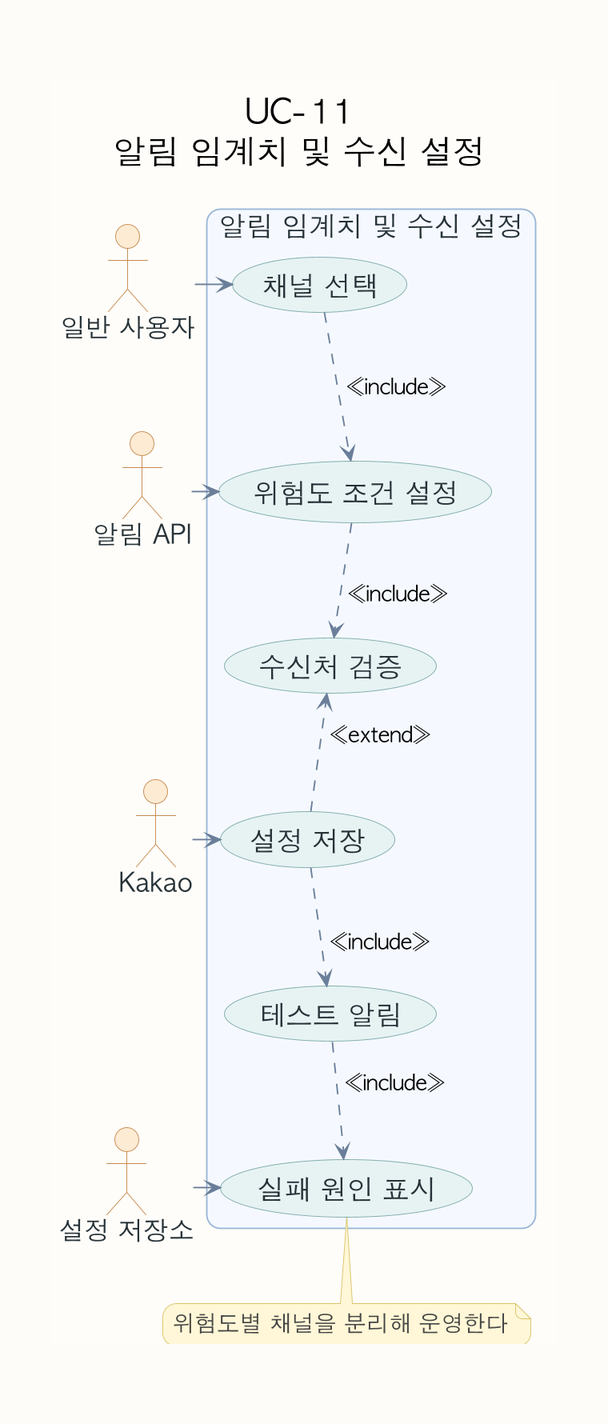
Above: assets/diagrams/usecase/uc-11-usecase.png in ricky30825-creator/BMS (PlantUML), before the change. Its source is kept beside it as assets/diagrams/usecase/uc-11-usecase.puml.
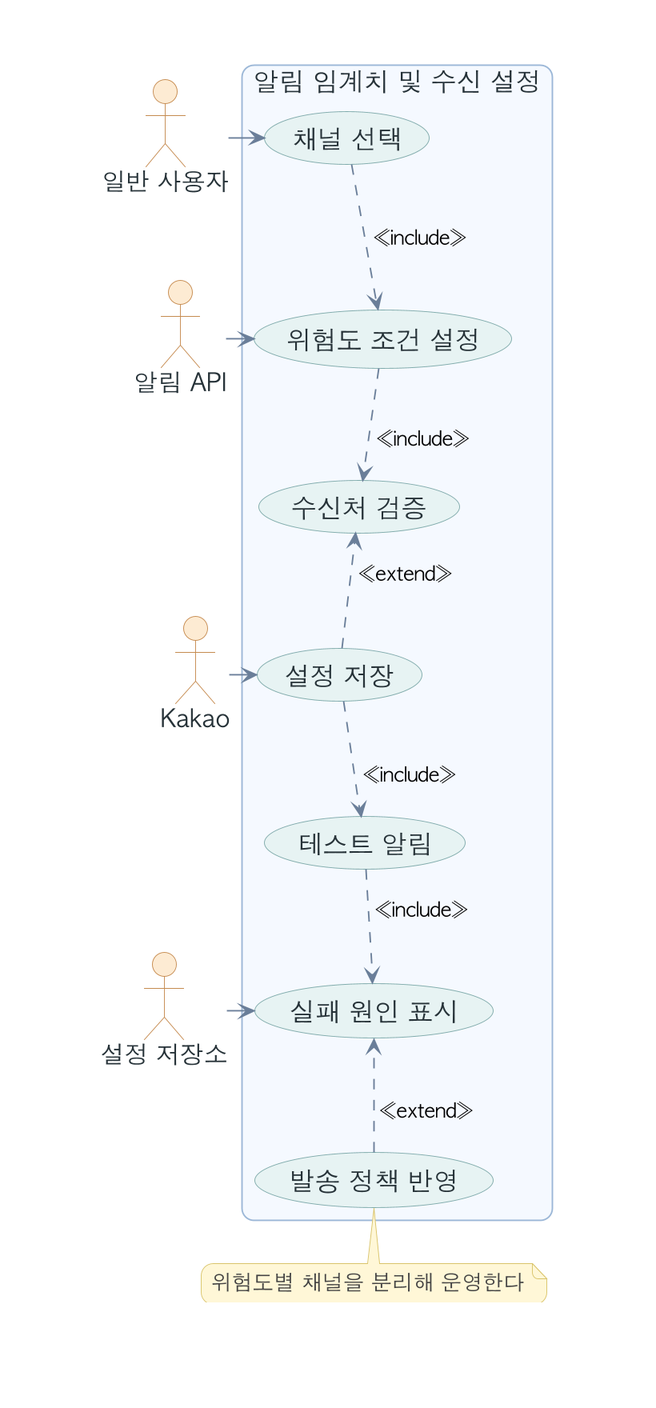
After the commit.

The edit, as a diff of the source:
```diff
@@ -1,16 +1,15 @@
 @startuml
 !pragma layout smetana
-skinparam backgroundColor #FEFCF8
+skinparam backgroundColor transparent
 skinparam shadowing false
 skinparam dpi 180
 skinparam defaultFontName "AppleGothic"
-skinparam defaultFontSize 18
-skinparam TitleFontSize 22
-skinparam ActorFontSize 17
-skinparam UsecaseFontSize 18
-skinparam NoteFontSize 15
-skinparam ArrowFontSize 14
-skinparam roundcorner 18
+skinparam defaultFontSize 17
+skinparam ActorFontSize 16
+skinparam UsecaseFontSize 17
+skinparam NoteFontSize 14
+skinparam ArrowFontSize 13
+skinparam roundcorner 16
 skinparam usecase {
   BackgroundColor #F8FAFC
   BorderColor #8EA7C2
@@ -37,7 +36,6 @@
   BackgroundColor #E6F2F2
   BorderColor #7FAAAA
 }
-title UC-11\n알림 임계치 및 수신 설정
 actor "일반 사용자" as A
 actor "알림 API" as S1
 actor "Kakao" as S2
@@ -49,12 +47,14 @@
   usecase "설정 저장" as U4
   usecase "테스트 알림" as U5
   usecase "실패 원인 표시" as U6
+  usecase "발송 정책 반영" as U7
 }
 U1 -[hidden]down- U2
 U2 -[hidden]down- U3
 U3 -[hidden]down- U4
 U4 -[hidden]down- U5
 U5 -[hidden]down- U6
+U6 -[hidden]down- U7
 A -right-> U1
 S1 -left-> U2
 S2 -left-> U4
@@ -64,7 +64,8 @@
 U4 ..> U3 : <<extend>>
 U4 ..> U5 : <<include>>
 U5 ..> U6 : <<include>>
-note bottom of U6
+U7 ..> U6 : <<extend>>
+note bottom of U7
 위험도별 채널을 분리해 운영한다
 end note
 @enduml
```
